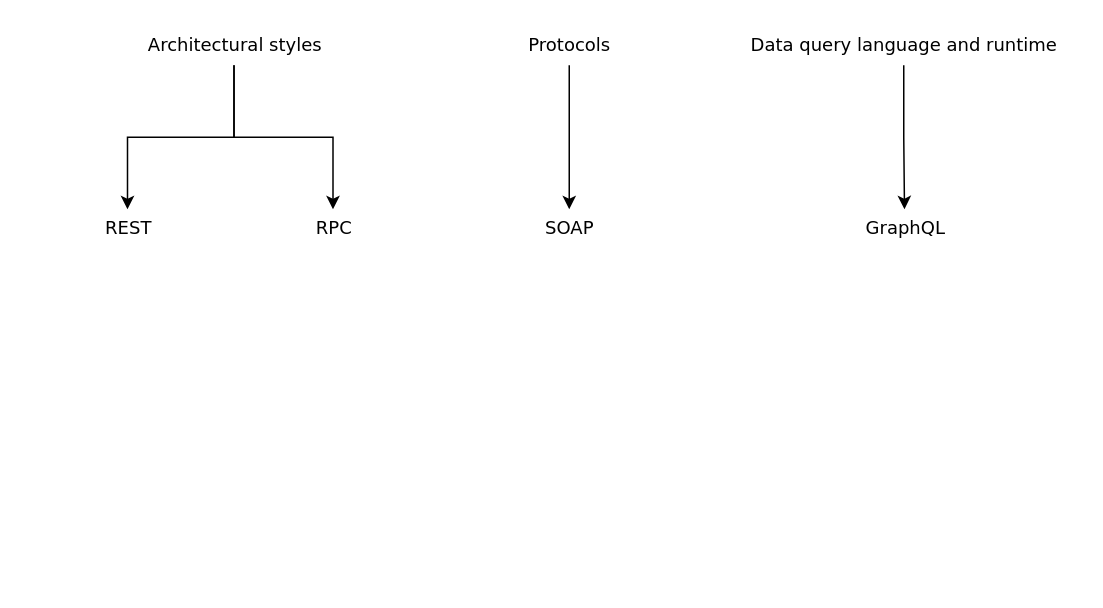
Above: API.drawio in francoscarpa/Notes (draw.io), before the change. Source tidied: cells renumbered, new cells numbered last; positions are measured from the earlier drawing's top-left corner, leaving out a move shared by most shapes. Both pictures are drawn from the tidied source at 150%, with x=0, y=0 at pixel (90, 26).
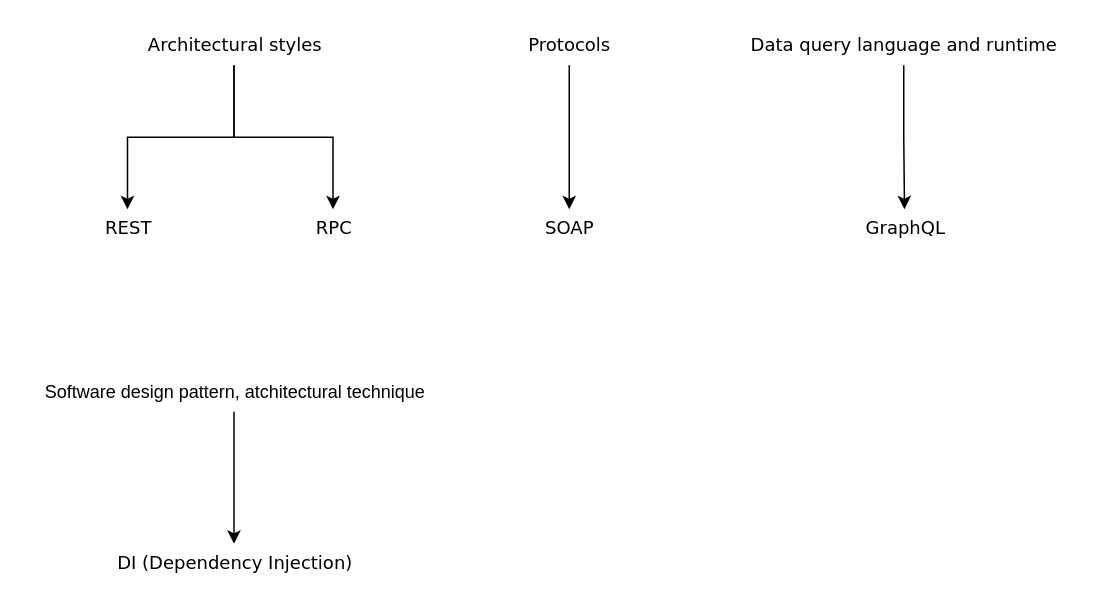
Above is the later version.

What changed in the source:
```diff
@@
 <mxGraphModel>
   <root>
     <mxCell id="0" />
     <mxCell id="1" parent="0" />
     <mxCell id="2" value="REST" style="text;html=1;align=center;verticalAlign=middle;points=[];strokeColor=none;fillColor=none;fontFamily=Verdana;" parent="1" vertex="1">
       <mxGeometry y="122" width="49" height="26" as="geometry" />
     </mxCell>
     <mxCell id="3" value="SOAP" style="text;html=1;align=center;verticalAlign=middle;points=[];strokeColor=none;fillColor=none;fontFamily=Verdana;" parent="1" vertex="1">
       <mxGeometry x="293" y="122" width="52" height="26" as="geometry" />
     </mxCell>
     <mxCell id="4" value="RPC" style="text;html=1;align=center;verticalAlign=middle;points=[];strokeColor=none;fillColor=none;fontFamily=Verdana;" parent="1" vertex="1">
       <mxGeometry x="140" y="122" width="43" height="26" as="geometry" />
     </mxCell>
     <mxCell id="5" value="GraphQL" style="text;html=1;align=center;verticalAlign=middle;points=[];strokeColor=none;fillColor=none;fontFamily=Verdana;" parent="1" vertex="1">
       <mxGeometry x="506" y="122" width="73" height="26" as="geometry" />
     </mxCell>
     <mxCell id="6" style="edgeStyle=orthogonalEdgeStyle;rounded=0;jettySize=auto;html=1;fontFamily=Verdana;" parent="1" edge="1" source="8" target="2">
       <mxGeometry relative="1" as="geometry" />
     </mxCell>
     <mxCell id="7" style="edgeStyle=orthogonalEdgeStyle;rounded=0;jettySize=auto;html=1;fontFamily=Verdana;" parent="1" edge="1" source="8" target="4">
       <mxGeometry relative="1" as="geometry" />
     </mxCell>
     <mxCell id="8" value="Architectural styles" style="text;html=1;align=center;verticalAlign=middle;points=[];strokeColor=none;fillColor=none;fontFamily=Verdana;" parent="1" vertex="1">
       <mxGeometry x="27" width="137" height="26" as="geometry" />
     </mxCell>
     <mxCell id="9" style="edgeStyle=orthogonalEdgeStyle;rounded=0;jettySize=auto;html=1;fontFamily=Verdana;" parent="1" edge="1" source="10" target="3">
       <mxGeometry relative="1" as="geometry" />
     </mxCell>
     <mxCell id="10" value="&lt;div&gt;Protocols&lt;/div&gt;" style="text;html=1;align=center;verticalAlign=middle;points=[];strokeColor=none;fillColor=none;fontFamily=Verdana;" parent="1" vertex="1">
       <mxGeometry x="281" width="76" height="26" as="geometry" />
     </mxCell>
     <mxCell id="11" style="edgeStyle=orthogonalEdgeStyle;rounded=0;jettySize=auto;html=1;fontFamily=Verdana;" parent="1" edge="1" source="12" target="5">
       <mxGeometry relative="1" as="geometry" />
     </mxCell>
     <mxCell id="12" value="Data query language and runtime " style="text;html=1;align=center;verticalAlign=middle;points=[];strokeColor=none;fillColor=none;fontFamily=Verdana;" parent="1" vertex="1">
       <mxGeometry x="426.5" width="231" height="26" as="geometry" />
     </mxCell>
+    <mxCell id="13" value="DI (Dependency Injection)" style="text;html=1;align=center;verticalAlign=middle;points=[];strokeColor=none;fillColor=none;fontFamily=Verdana;" parent="1" vertex="1">
+      <mxGeometry x="4" y="345" width="183" height="26" as="geometry" />
+    </mxCell>
+    <mxCell id="14" style="edgeStyle=orthogonalEdgeStyle;rounded=0;jettySize=auto;html=1;" parent="1" edge="1" source="15" target="13">
+      <mxGeometry relative="1" as="geometry" />
+    </mxCell>
+    <mxCell id="15" value="Software design pattern, atchitectural technique" style="text;html=1;align=center;verticalAlign=middle;points=[];strokeColor=none;fillColor=none;" parent="1" vertex="1">
+      <mxGeometry x="-43" y="231" width="277" height="26" as="geometry" />
+    </mxCell>
   </root>
 </mxGraphModel>
```
